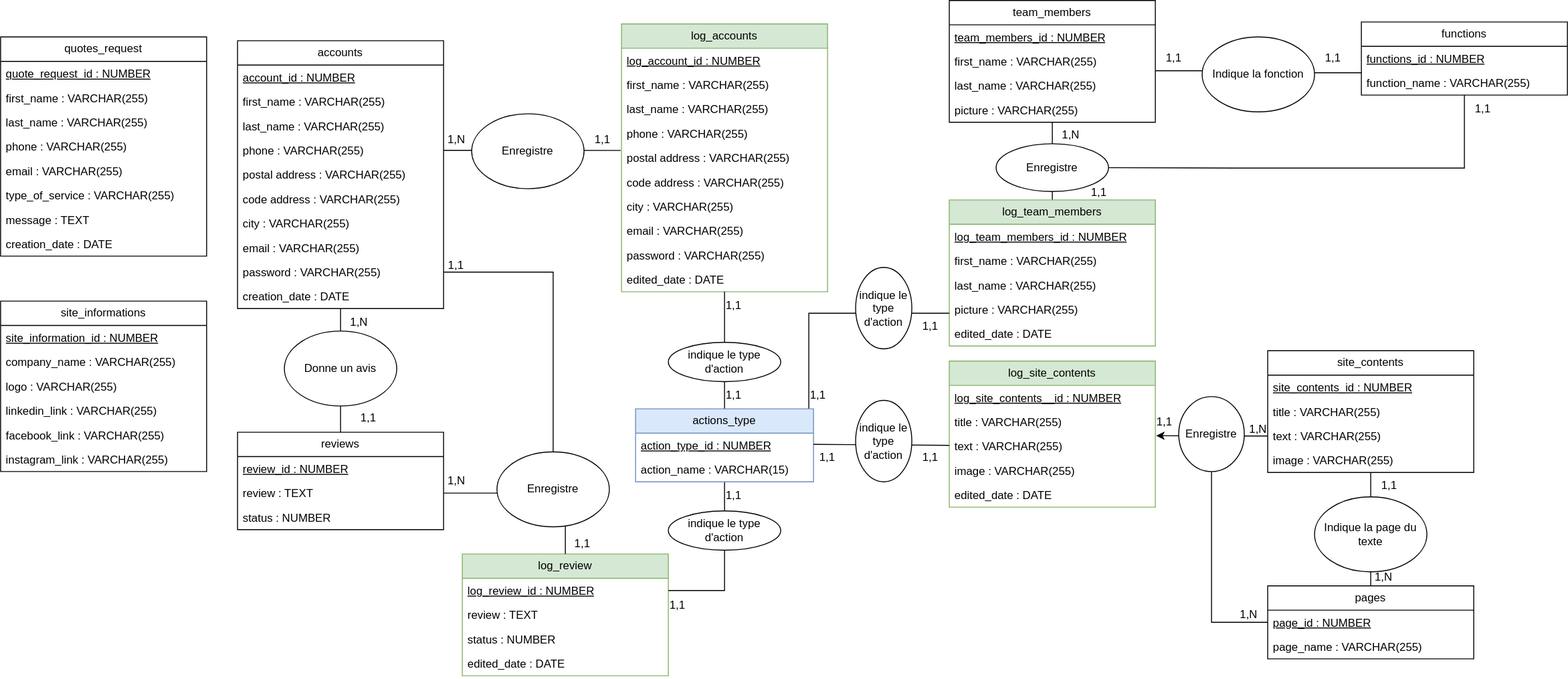
Above: bdd/BDD_site.svg in G-MARTEL/sae5 (draw.io), before the change. Source tidied: cells renumbered, new cells last; positions are measured from the earlier drawing's top-left corner, leaving out a move shared by most shapes.
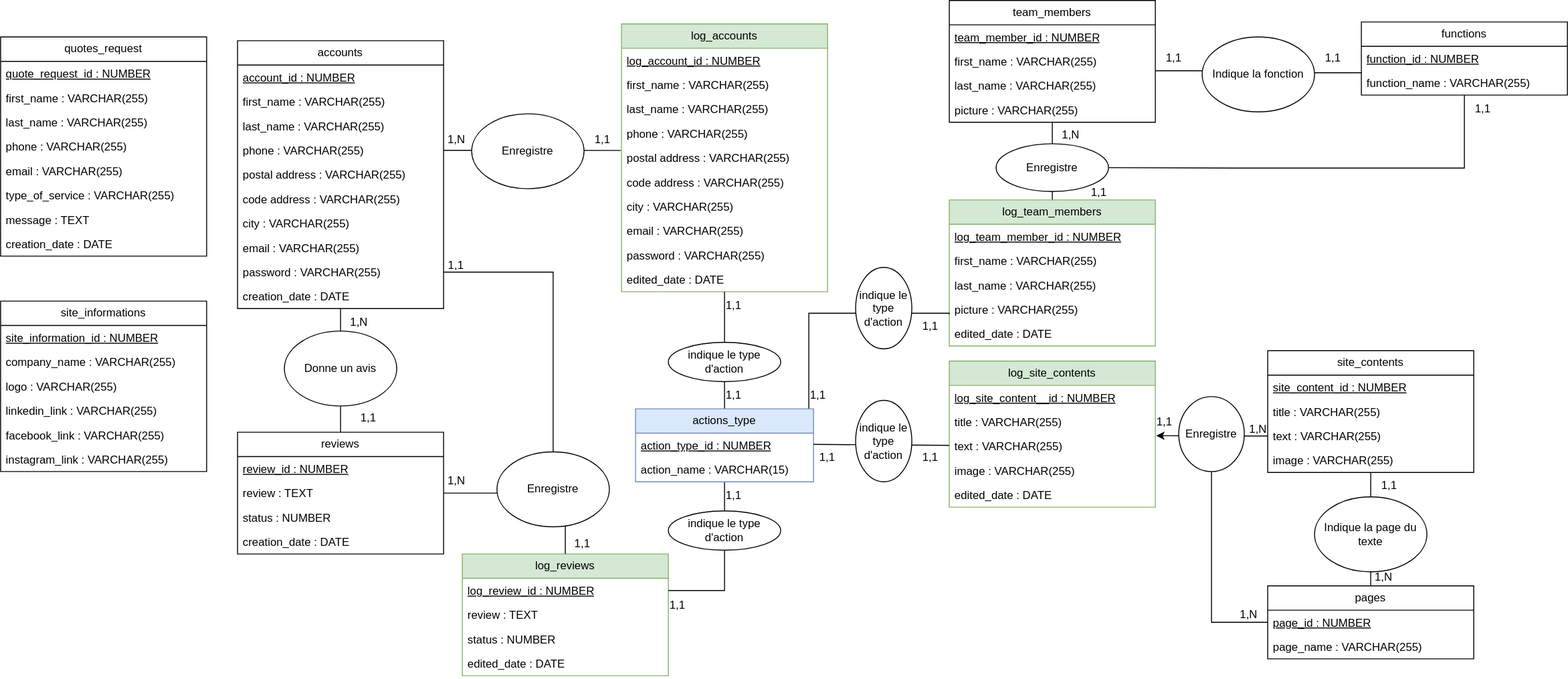
The same file after the commit.

Commit message:
Modification du nommage de certains nom de tables et nom de champs

What changed in the source:
```diff
@@ -102,7 +102,7 @@
       <mxGeometry y="208" width="220" height="26" as="geometry" />
     </mxCell>
     <mxCell id="35" value="reviews" style="swimlane;fontStyle=0;horizontal=1;startSize=26;fillColor=none;whiteSpace=wrap;html=1;" parent="1" vertex="1">
-      <mxGeometry x="253" y="461" width="220" height="104" as="geometry" />
+      <mxGeometry x="253" y="461" width="220" height="130" as="geometry" />
     </mxCell>
     <mxCell id="36" value="&lt;u&gt;review_id : NUMBER&lt;/u&gt;" style="text;strokeColor=none;fillColor=none;align=left;verticalAlign=top;spacingLeft=4;spacingRight=4;overflow=hidden;whiteSpace=wrap;html=1;" parent="35" vertex="1">
       <mxGeometry y="26" width="220" height="26" as="geometry" />
@@ -113,7 +113,10 @@
     <mxCell id="38" value="status : NUMBER&lt;div&gt;&lt;br&gt;&lt;/div&gt;" style="text;strokeColor=none;fillColor=none;align=left;verticalAlign=top;spacingLeft=4;spacingRight=4;overflow=hidden;whiteSpace=wrap;html=1;" parent="35" vertex="1">
       <mxGeometry y="78" width="220" height="26" as="geometry" />
     </mxCell>
+    <mxCell id="130" value="creation_date : DATE" style="text;strokeColor=none;fillColor=none;align=left;verticalAlign=top;spacingLeft=4;spacingRight=4;overflow=hidden;whiteSpace=wrap;html=1;" parent="35" vertex="1">
+      <mxGeometry y="104" width="220" height="26" as="geometry" />
+    </mxCell>
-    <mxCell id="39" value="log_review" style="swimlane;fontStyle=0;horizontal=1;startSize=26;fillColor=#d5e8d4;whiteSpace=wrap;html=1;strokeColor=#82b366;" parent="1" vertex="1">
+    <mxCell id="39" value="log_reviews" style="swimlane;fontStyle=0;horizontal=1;startSize=26;fillColor=#d5e8d4;whiteSpace=wrap;html=1;strokeColor=#82b366;" parent="1" vertex="1">
       <mxGeometry x="493" y="591" width="220" height="130" as="geometry" />
     </mxCell>
     <mxCell id="40" value="&lt;u&gt;log_review_id : NUMBER&lt;/u&gt;" style="text;strokeColor=none;fillColor=none;align=left;verticalAlign=top;spacingLeft=4;spacingRight=4;overflow=hidden;points=[[0,0.5],[1,0.5]];portConstraint=eastwest;whiteSpace=wrap;html=1;" parent="39" vertex="1">
@@ -155,7 +158,7 @@
     <mxCell id="52" value="&lt;span style=&quot;font-weight: normal;&quot;&gt;site_contents&lt;/span&gt;" style="swimlane;fontStyle=1;horizontal=1;startSize=26;fillColor=none;whiteSpace=wrap;html=1;" parent="1" vertex="1">
       <mxGeometry x="1353" y="374" width="220" height="130" as="geometry" />
     </mxCell>
-    <mxCell id="53" value="&lt;u&gt;site_contents_id : NUMBER&lt;/u&gt;" style="text;strokeColor=none;fillColor=none;align=left;verticalAlign=top;spacingLeft=4;spacingRight=4;overflow=hidden;whiteSpace=wrap;html=1;" parent="52" vertex="1">
+    <mxCell id="53" value="&lt;u&gt;site_content_id : NUMBER&lt;/u&gt;" style="text;strokeColor=none;fillColor=none;align=left;verticalAlign=top;spacingLeft=4;spacingRight=4;overflow=hidden;whiteSpace=wrap;html=1;" parent="52" vertex="1">
       <mxGeometry y="26" width="220" height="26" as="geometry" />
     </mxCell>
     <mxCell id="54" value="title : VARCHAR(255)" style="text;strokeColor=none;fillColor=none;align=left;verticalAlign=top;spacingLeft=4;spacingRight=4;overflow=hidden;whiteSpace=wrap;html=1;" parent="52" vertex="1">
@@ -182,7 +185,7 @@
     <mxCell id="61" value="&lt;span style=&quot;font-weight: 400;&quot;&gt;team_members&lt;/span&gt;" style="swimlane;fontStyle=1;horizontal=1;startSize=26;fillColor=none;whiteSpace=wrap;html=1;" parent="1" vertex="1">
       <mxGeometry x="1013" width="220" height="130" as="geometry" />
     </mxCell>
-    <mxCell id="62" value="&lt;u&gt;&lt;span style=&quot;text-align: center;&quot;&gt;team_members&lt;/span&gt;_id : NUMBER&lt;/u&gt;" style="text;strokeColor=none;fillColor=none;align=left;verticalAlign=top;spacingLeft=4;spacingRight=4;overflow=hidden;whiteSpace=wrap;html=1;" parent="61" vertex="1">
+    <mxCell id="62" value="&lt;u&gt;&lt;span style=&quot;text-align: center;&quot;&gt;team_member&lt;/span&gt;_id : NUMBER&lt;/u&gt;" style="text;strokeColor=none;fillColor=none;align=left;verticalAlign=top;spacingLeft=4;spacingRight=4;overflow=hidden;whiteSpace=wrap;html=1;" parent="61" vertex="1">
       <mxGeometry y="26" width="220" height="26" as="geometry" />
     </mxCell>
     <mxCell id="63" value="first_name : VARCHAR(255)" style="text;strokeColor=none;fillColor=none;align=left;verticalAlign=top;spacingLeft=4;spacingRight=4;overflow=hidden;whiteSpace=wrap;html=1;" parent="61" vertex="1">
@@ -205,7 +208,7 @@
     <mxCell id="67" value="&lt;span style=&quot;font-weight: 400;&quot;&gt;functions&lt;/span&gt;" style="swimlane;fontStyle=1;horizontal=1;startSize=26;fillColor=none;whiteSpace=wrap;html=1;" parent="1" vertex="1">
       <mxGeometry x="1453" y="23" width="220" height="78" as="geometry" />
     </mxCell>
-    <mxCell id="68" value="&lt;div style=&quot;text-align: center;&quot;&gt;&lt;span style=&quot;background-color: initial;&quot;&gt;&lt;u&gt;functions_id : NUMBER&lt;/u&gt;&lt;/span&gt;&lt;/div&gt;" style="text;strokeColor=none;fillColor=none;align=left;verticalAlign=top;spacingLeft=4;spacingRight=4;overflow=hidden;whiteSpace=wrap;html=1;" parent="67" vertex="1">
+    <mxCell id="68" value="&lt;div style=&quot;text-align: center;&quot;&gt;&lt;span style=&quot;background-color: initial;&quot;&gt;&lt;u&gt;function_id : NUMBER&lt;/u&gt;&lt;/span&gt;&lt;/div&gt;" style="text;strokeColor=none;fillColor=none;align=left;verticalAlign=top;spacingLeft=4;spacingRight=4;overflow=hidden;whiteSpace=wrap;html=1;" parent="67" vertex="1">
       <mxGeometry y="26" width="220" height="26" as="geometry" />
     </mxCell>
     <mxCell id="69" value="&lt;div style=&quot;text-align: center;&quot;&gt;&lt;span style=&quot;background-color: initial;&quot;&gt;function_name : VARCHAR(255)&lt;/span&gt;&lt;/div&gt;" style="text;strokeColor=none;fillColor=none;align=left;verticalAlign=top;spacingLeft=4;spacingRight=4;overflow=hidden;points=[[0,0.5],[1,0.5]];portConstraint=eastwest;whiteSpace=wrap;html=1;" parent="67" vertex="1">
@@ -214,7 +217,7 @@
     <mxCell id="70" value="&lt;span style=&quot;font-weight: normal;&quot;&gt;log_site_contents&lt;/span&gt;" style="swimlane;fontStyle=1;horizontal=1;startSize=26;fillColor=#d5e8d4;whiteSpace=wrap;html=1;strokeColor=#82b366;" parent="1" vertex="1">
       <mxGeometry x="1013" y="385" width="220" height="156" as="geometry" />
     </mxCell>
-    <mxCell id="71" value="&lt;u&gt;log_site_contents__id : NUMBER&lt;/u&gt;" style="text;strokeColor=none;fillColor=none;align=left;verticalAlign=top;spacingLeft=4;spacingRight=4;overflow=hidden;whiteSpace=wrap;html=1;" parent="70" vertex="1">
+    <mxCell id="71" value="&lt;u&gt;log_site_content__id : NUMBER&lt;/u&gt;" style="text;strokeColor=none;fillColor=none;align=left;verticalAlign=top;spacingLeft=4;spacingRight=4;overflow=hidden;whiteSpace=wrap;html=1;" parent="70" vertex="1">
       <mxGeometry y="26" width="220" height="26" as="geometry" />
     </mxCell>
     <mxCell id="72" value="title : VARCHAR(255)" style="text;strokeColor=none;fillColor=none;align=left;verticalAlign=top;spacingLeft=4;spacingRight=4;overflow=hidden;whiteSpace=wrap;html=1;" parent="70" vertex="1">
@@ -232,7 +235,7 @@
     <mxCell id="76" value="&lt;span style=&quot;font-weight: 400;&quot;&gt;log_team_members&lt;/span&gt;" style="swimlane;fontStyle=1;horizontal=1;startSize=26;fillColor=#d5e8d4;whiteSpace=wrap;html=1;strokeColor=#82b366;" parent="1" vertex="1">
       <mxGeometry x="1013" y="213" width="220" height="156" as="geometry" />
     </mxCell>
-    <mxCell id="77" value="&lt;u&gt;&lt;span style=&quot;text-align: center;&quot;&gt;log_team_members&lt;/span&gt;_id : NUMBER&lt;/u&gt;" style="text;strokeColor=none;fillColor=none;align=left;verticalAlign=top;spacingLeft=4;spacingRight=4;overflow=hidden;whiteSpace=wrap;html=1;" parent="76" vertex="1">
+    <mxCell id="77" value="&lt;u&gt;&lt;span style=&quot;text-align: center;&quot;&gt;log_team_member&lt;/span&gt;_id : NUMBER&lt;/u&gt;" style="text;strokeColor=none;fillColor=none;align=left;verticalAlign=top;spacingLeft=4;spacingRight=4;overflow=hidden;whiteSpace=wrap;html=1;" parent="76" vertex="1">
       <mxGeometry y="26" width="220" height="26" as="geometry" />
     </mxCell>
     <mxCell id="78" value="first_name : VARCHAR(255)" style="text;strokeColor=none;fillColor=none;align=left;verticalAlign=top;spacingLeft=4;spacingRight=4;overflow=hidden;whiteSpace=wrap;html=1;" parent="76" vertex="1">
```
